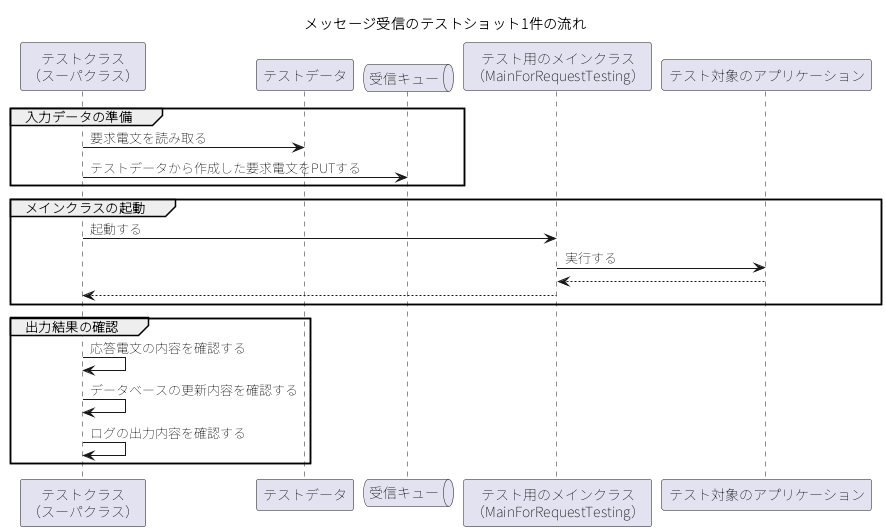
The PlantUML diagram ja/development_tools/testing_framework/implementation/request_unit_test/images/mom/execute_sequence.png in nablarch/nablarch-document, before a commit. The source it was exported from:
```plantuml
@startuml
skinparam shadowing false
skinparam defaultFontName "Noto Sans JP"
skinparam sequenceMessageAlign left
title メッセージ受信のテストショット1件の流れ
participant "テストクラス\n（スーパクラス）" as FW
participant "テストデータ" as TD
queue "受信キュー" as Q
participant "テスト用のメインクラス\n（MainForRequestTesting）" as MAIN
participant "テスト対象のアプリケーション" as APP
group 入力データの準備
  FW -> TD : 要求電文を読み取る
  FW -> Q : テストデータから作成した要求電文をPUTする
end
group メインクラスの起動
  FW -> MAIN : 起動する
  MAIN -> APP : 実行する
  APP --> MAIN
  MAIN --> FW
end
group 出力結果の確認
  FW -> FW : 応答電文の内容を確認する
  FW -> FW : データベースの更新内容を確認する
  FW -> FW : ログの出力内容を確認する
end
@enduml
```
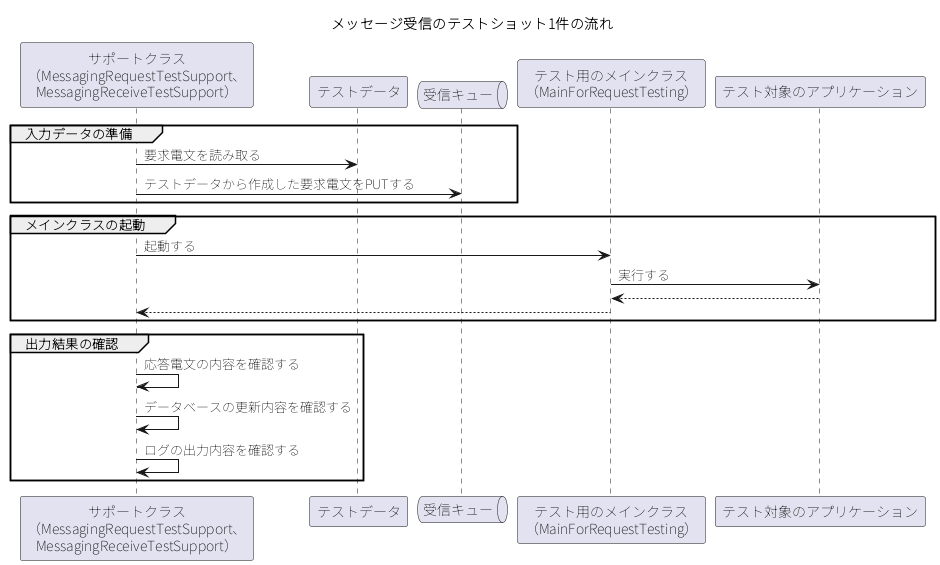
After the commit.

Change to the diagram source:
```diff
@@ -3,24 +3,24 @@
 skinparam defaultFontName "Noto Sans JP"
 skinparam sequenceMessageAlign left
 title メッセージ受信のテストショット1件の流れ
-participant "テストクラス\n（スーパクラス）" as FW
+participant "サポートクラス\n（MessagingRequestTestSupport、\nMessagingReceiveTestSupport）" as SUP
 participant "テストデータ" as TD
 queue "受信キュー" as Q
 participant "テスト用のメインクラス\n（MainForRequestTesting）" as MAIN
 participant "テスト対象のアプリケーション" as APP
 group 入力データの準備
-  FW -> TD : 要求電文を読み取る
-  FW -> Q : テストデータから作成した要求電文をPUTする
+  SUP -> TD : 要求電文を読み取る
+  SUP -> Q : テストデータから作成した要求電文をPUTする
 end
 group メインクラスの起動
-  FW -> MAIN : 起動する
+  SUP -> MAIN : 起動する
   MAIN -> APP : 実行する
   APP --> MAIN
-  MAIN --> FW
+  MAIN --> SUP
 end
 group 出力結果の確認
-  FW -> FW : 応答電文の内容を確認する
-  FW -> FW : データベースの更新内容を確認する
-  FW -> FW : ログの出力内容を確認する
+  SUP -> SUP : 応答電文の内容を確認する
+  SUP -> SUP : データベースの更新内容を確認する
+  SUP -> SUP : ログの出力内容を確認する
 end
 @enduml
```
